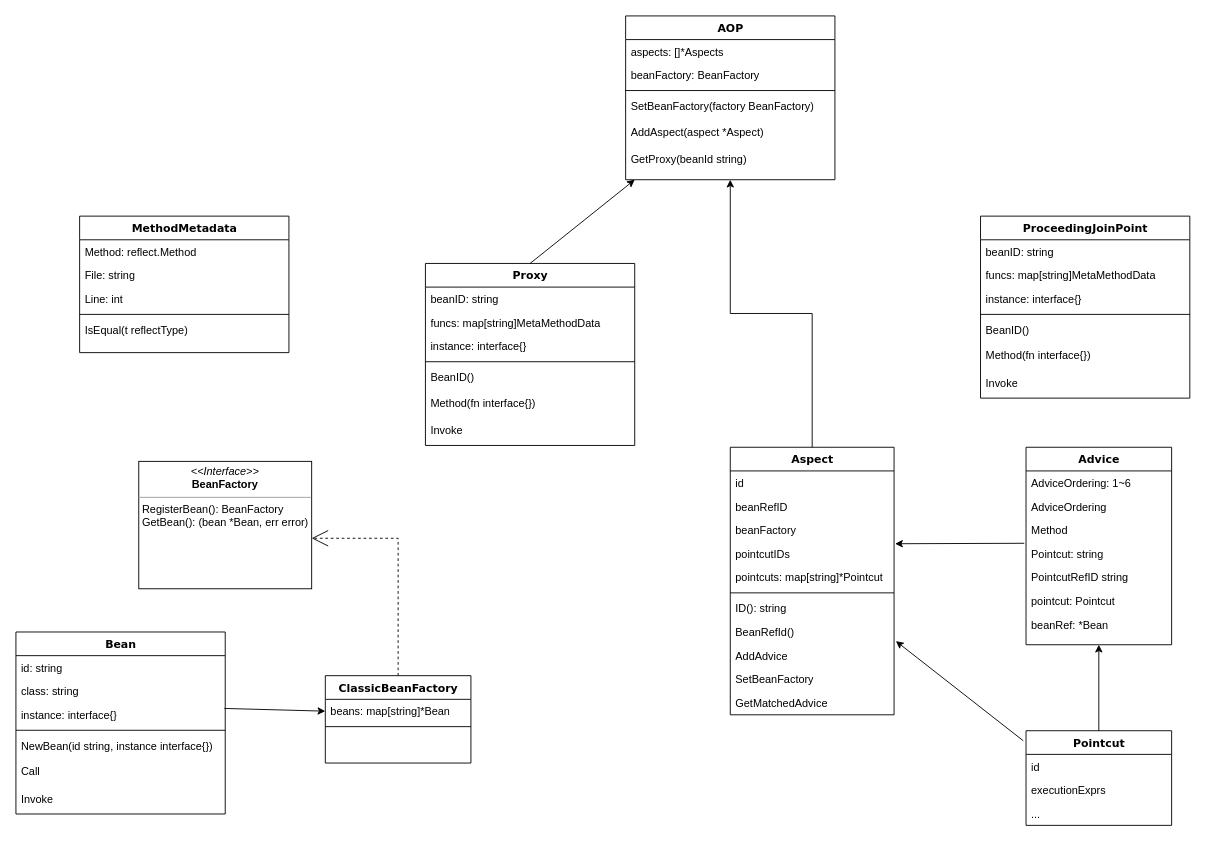
The draw.io diagram 未命名表单.drawio in FanDoubleLucky/Go_Base, before the edit. Source tidied: cells renumbered, new cells numbered last; positions are measured from the earlier drawing's top-left corner, leaving out a move shared by most shapes. Both pictures are drawn from the tidied source at 91%, with x=0, y=0 at pixel (15, 15).
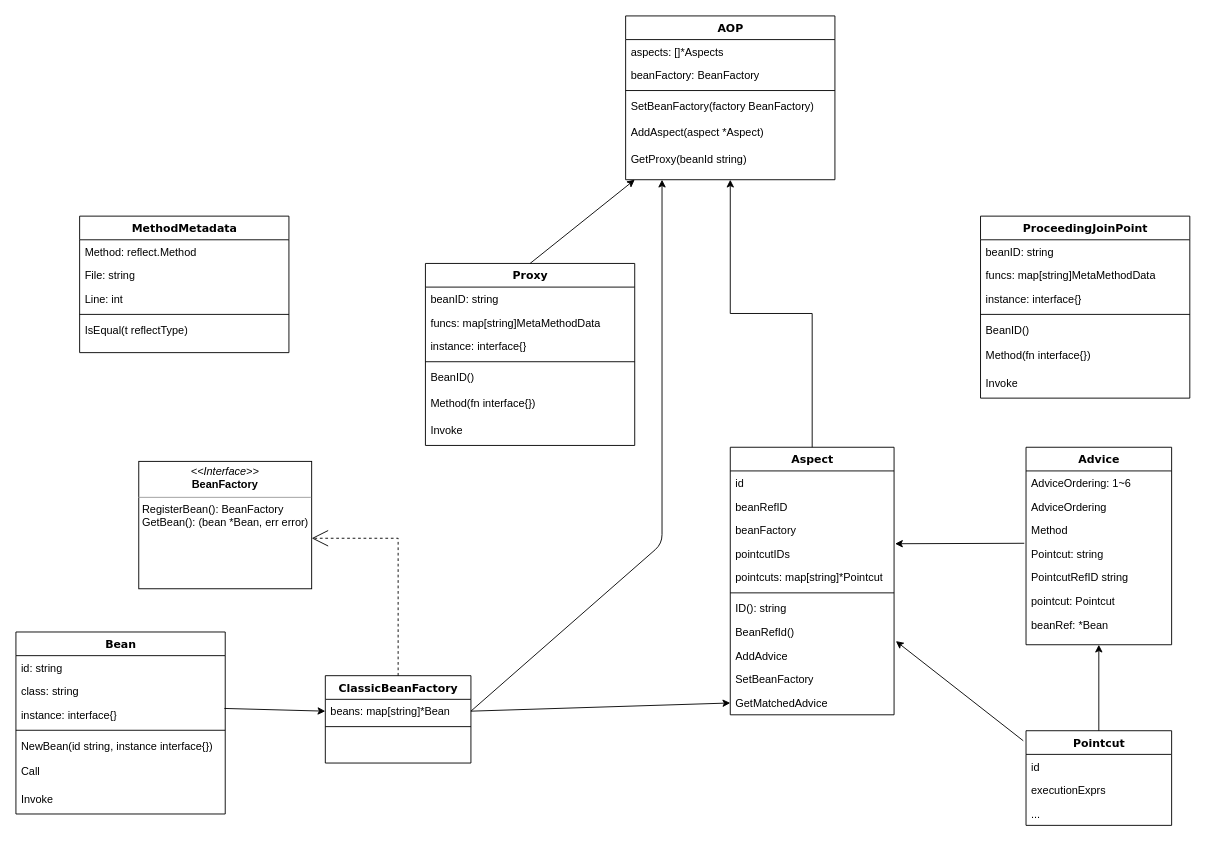
Above is the later version.

Commit message:
Update 未命名表单.drawio

The change refers to these unchanged cells:
```xml
<mxCell id="4" value="beans: map[string]*Bean" style="text;html=1;strokeColor=none;fillColor=none;align=left;verticalAlign=top;spacingLeft=4;spacingRight=4;whiteSpace=wrap;overflow=hidden;points=[[0,0.5],[1,0.5]];portConstraint=eastwest;" parent="3" vertex="1">
  <mxGeometry y="26" width="160" height="26" as="geometry" />
</mxCell>
<mxCell id="26" value="GetMatchedAdvice" style="text;html=1;strokeColor=none;fillColor=none;align=left;verticalAlign=top;spacingLeft=4;spacingRight=4;whiteSpace=wrap;overflow=hidden;points=[[0,0.5],[1,0.5]];portConstraint=eastwest;" parent="15" vertex="1">
  <mxGeometry y="268" width="180" height="26" as="geometry" />
</mxCell>
```

What changed in the source:
```diff
@@
+    <mxCell id="74" style="endArrow=classic;html=1;exitX=1;exitY=0.5;exitDx=0;exitDy=0;entryX=0;entryY=0.5;entryDx=0;entryDy=0;" parent="1" edge="1" source="4" target="26">
+      <mxGeometry relative="1" as="geometry" />
+    </mxCell>
+    <mxCell id="75" style="endArrow=classic;html=1;exitX=1;exitY=0.5;exitDx=0;exitDy=0;" parent="1" edge="1" source="4">
+      <mxGeometry relative="1" as="geometry">
+        <mxPoint x="710" y="180" as="targetPoint" />
+        <Array as="points">
+          <mxPoint x="710" y="580" />
+        </Array>
+      </mxGeometry>
+    </mxCell>
```
